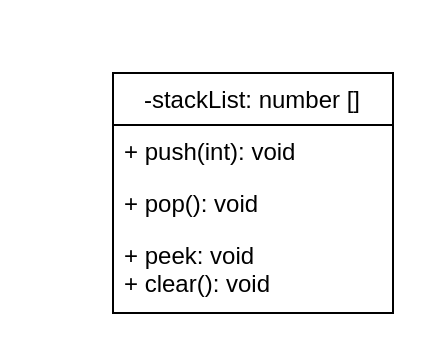
The draw.io diagram flochart_folder/class.drawio in Huzaifa-Khalid-2/ics4u-unit2-04-typescript, before the edit. Source tidied: cells renumbered, new cells numbered last; positions are measured from the earlier drawing's top-left corner, leaving out a move shared by most shapes. Both pictures are drawn from the tidied source at 200%, with x=0, y=0 at pixel (112, 72).
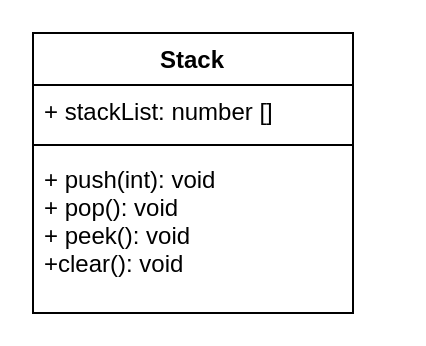
The same diagram, later.

Change to the diagram source:
```diff
@@
 <mxGraphModel>
   <root>
     <mxCell id="0" />
     <mxCell id="1" parent="0" />
-    <mxCell id="2" value="-stackList: number []" style="swimlane;fontStyle=0;horizontal=1;startSize=26;fillColor=none;" parent="1" vertex="1">
-      <mxGeometry width="140" height="120" as="geometry" />
-    </mxCell>
-    <mxCell id="3" value="+ push(int): void" style="text;strokeColor=none;fillColor=none;align=left;verticalAlign=top;spacingLeft=4;spacingRight=4;overflow=hidden;" parent="2" vertex="1">
-      <mxGeometry y="26" width="140" height="26" as="geometry" />
-    </mxCell>
-    <mxCell id="4" value="+ pop(): void" style="text;strokeColor=none;fillColor=none;align=left;verticalAlign=top;spacingLeft=4;spacingRight=4;overflow=hidden;" parent="2" vertex="1">
-      <mxGeometry y="52" width="140" height="26" as="geometry" />
-    </mxCell>
-    <mxCell id="5" value="+ peek: void&#10;+ clear(): void" style="text;strokeColor=none;fillColor=none;align=left;verticalAlign=top;spacingLeft=4;spacingRight=4;overflow=hidden;" parent="2" vertex="1">
-      <mxGeometry y="78" width="140" height="42" as="geometry" />
-    </mxCell>
+    <mxCell id="6" value="Stack" style="swimlane;fontStyle=1;align=center;verticalAlign=top;horizontal=1;startSize=26;" parent="1" vertex="1">
+      <mxGeometry x="-40" y="-20" width="160" height="140" as="geometry" />
+    </mxCell>
+    <mxCell id="7" value="+ stackList: number []" style="text;strokeColor=none;fillColor=none;align=left;verticalAlign=top;spacingLeft=4;spacingRight=4;overflow=hidden;" parent="6" vertex="1">
+      <mxGeometry y="26" width="160" height="26" as="geometry" />
+    </mxCell>
+    <mxCell id="8" style="line;strokeWidth=1;fillColor=none;align=left;verticalAlign=middle;spacingTop=-1;spacingLeft=3;spacingRight=3;labelPosition=right;" parent="6" vertex="1">
+      <mxGeometry y="52" width="160" height="8" as="geometry" />
+    </mxCell>
+    <mxCell id="9" value="+ push(int): void&#10;+ pop(): void&#10;+ peek(): void&#10;+clear(): void" style="text;strokeColor=none;fillColor=none;align=left;verticalAlign=top;spacingLeft=4;spacingRight=4;overflow=hidden;" parent="6" vertex="1">
+      <mxGeometry y="60" width="160" height="80" as="geometry" />
+    </mxCell>
   </root>
 </mxGraphModel>
```
